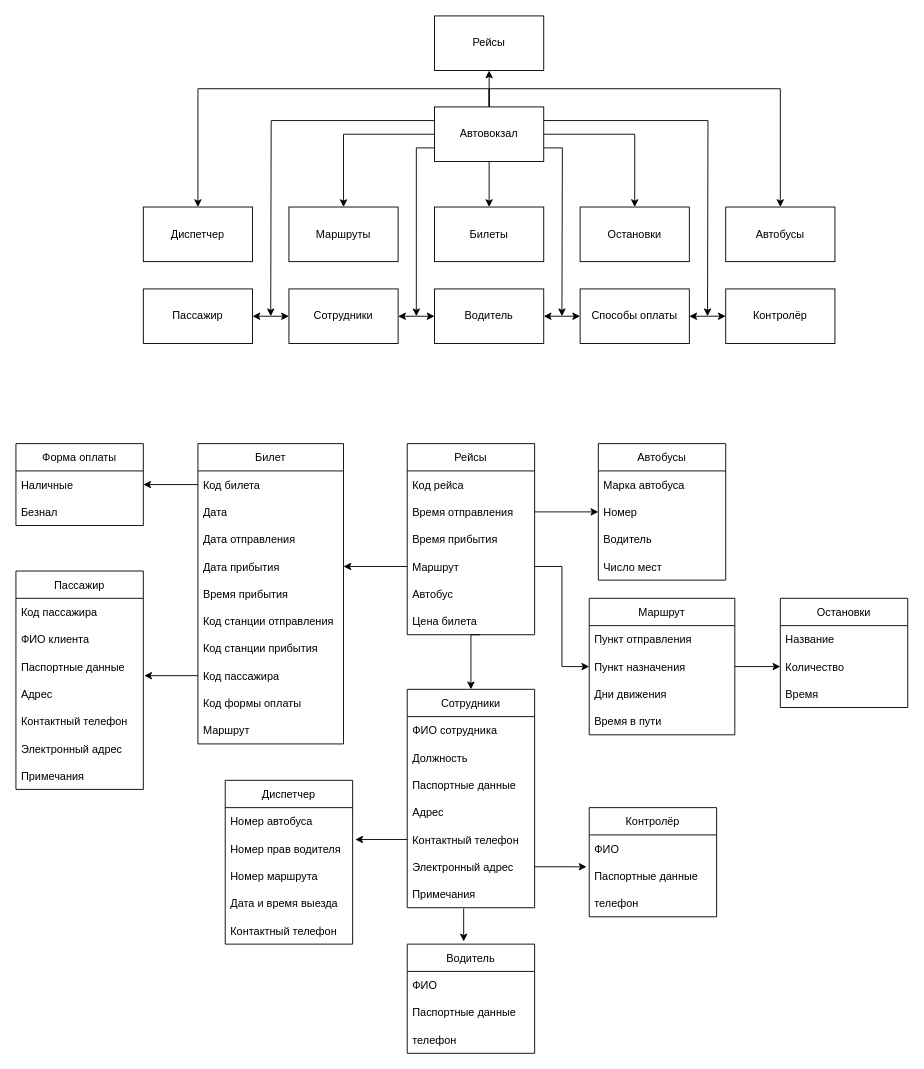
This is Диаграмма без названия.drawio from E1ghT0/Infinizai, a draw.io file, before an edit. Source tidied: cells renumbered, new cells numbered last; positions are measured from the earlier drawing's top-left corner, leaving out a move shared by most shapes. Both pictures are drawn from the tidied source at 91%, with x=0, y=0 at pixel (15, 15).
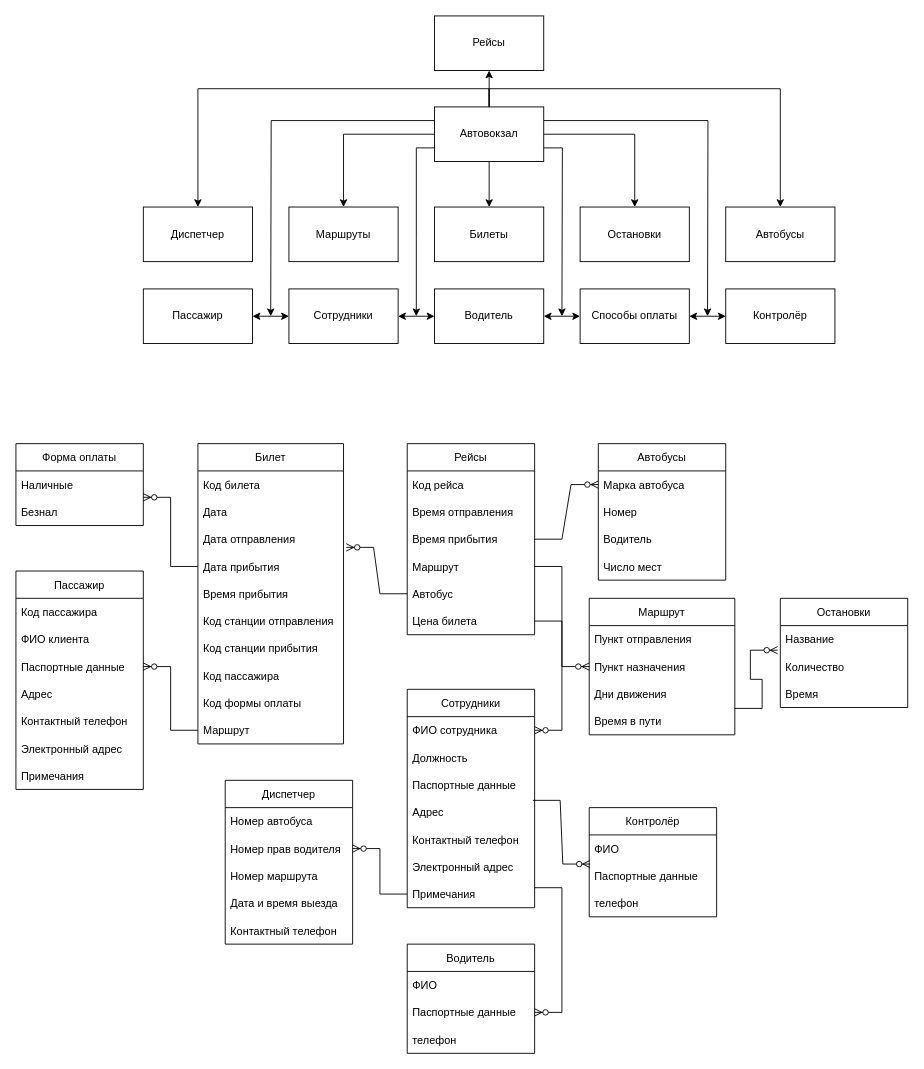
The same page after the edit.

Unchanged cells that the change refers to:
```xml
<mxCell id="27" value="Пункт назначения" style="text;strokeColor=none;fillColor=none;align=left;verticalAlign=middle;spacingLeft=4;spacingRight=4;overflow=hidden;points=[[0,0.5],[1,0.5]];portConstraint=eastwest;" parent="25" vertex="1">
<mxCell id="29" value="Время в пути" style="text;strokeColor=none;fillColor=none;align=left;verticalAlign=middle;spacingLeft=4;spacingRight=4;overflow=hidden;points=[[0,0.5],[1,0.5]];portConstraint=eastwest;" parent="25" vertex="1">
<mxCell id="32" value="Время отправления" style="text;strokeColor=none;fillColor=none;align=left;verticalAlign=middle;spacingLeft=4;spacingRight=4;overflow=hidden;points=[[0,0.5],[1,0.5]];portConstraint=eastwest;" parent="30" vertex="1">
<mxCell id="33" value="Время прибытия" style="text;strokeColor=none;fillColor=none;align=left;verticalAlign=middle;spacingLeft=4;spacingRight=4;overflow=hidden;points=[[0,0.5],[1,0.5]];portConstraint=eastwest;" parent="30" vertex="1">
<mxCell id="34" value="Маршрут" style="text;strokeColor=none;fillColor=none;align=left;verticalAlign=middle;spacingLeft=4;spacingRight=4;overflow=hidden;points=[[0,0.5],[1,0.5]];portConstraint=eastwest;" parent="30" vertex="1">
<mxCell id="35" value="Автобус" style="text;strokeColor=none;fillColor=none;align=left;verticalAlign=middle;spacingLeft=4;spacingRight=4;overflow=hidden;points=[[0,0.5],[1,0.5]];portConstraint=eastwest;" parent="30" vertex="1">
<mxCell id="36" value="Цена билета" style="text;strokeColor=none;fillColor=none;align=left;verticalAlign=middle;spacingLeft=4;spacingRight=4;overflow=hidden;points=[[0,0.5],[1,0.5]];portConstraint=eastwest;" parent="30" vertex="1">
<mxCell id="38" value="Марка автобуса" style="text;strokeColor=none;fillColor=none;align=left;verticalAlign=middle;spacingLeft=4;spacingRight=4;overflow=hidden;points=[[0,0.5],[1,0.5]];portConstraint=eastwest;" parent="37" vertex="1">
<mxCell id="39" value="Номер" style="text;strokeColor=none;fillColor=none;align=left;verticalAlign=middle;spacingLeft=4;spacingRight=4;overflow=hidden;points=[[0,0.5],[1,0.5]];portConstraint=eastwest;" parent="37" vertex="1">
<mxCell id="44" value="Количество" style="text;strokeColor=none;fillColor=none;align=left;verticalAlign=middle;spacingLeft=4;spacingRight=4;overflow=hidden;points=[[0,0.5],[1,0.5]];portConstraint=eastwest;" parent="42" vertex="1">
<mxCell id="47" value="Код билета" style="text;strokeColor=none;fillColor=none;align=left;verticalAlign=middle;spacingLeft=4;spacingRight=4;overflow=hidden;points=[[0,0.5],[1,0.5]];portConstraint=eastwest;" parent="46" vertex="1">
<mxCell id="49" value="Дата отправления" style="text;strokeColor=none;fillColor=none;align=left;verticalAlign=middle;spacingLeft=4;spacingRight=4;overflow=hidden;points=[[0,0.5],[1,0.5]];portConstraint=eastwest;" parent="46" vertex="1">
<mxCell id="50" value="Дата прибытия" style="text;strokeColor=none;fillColor=none;align=left;verticalAlign=middle;spacingLeft=4;spacingRight=4;overflow=hidden;points=[[0,0.5],[1,0.5]];portConstraint=eastwest;" parent="46" vertex="1">
<mxCell id="54" value="Код пассажира" style="text;strokeColor=none;fillColor=none;align=left;verticalAlign=middle;spacingLeft=4;spacingRight=4;overflow=hidden;points=[[0,0.5],[1,0.5]];portConstraint=eastwest;" parent="46" vertex="1">
<mxCell id="56" value="Маршрут" style="text;strokeColor=none;fillColor=none;align=left;verticalAlign=middle;spacingLeft=4;spacingRight=4;overflow=hidden;points=[[0,0.5],[1,0.5]];portConstraint=eastwest;" parent="46" vertex="1">
<mxCell id="60" value="Паспортные данные" style="text;strokeColor=none;fillColor=none;align=left;verticalAlign=middle;spacingLeft=4;spacingRight=4;overflow=hidden;points=[[0,0.5],[1,0.5]];portConstraint=eastwest;" parent="57" vertex="1">
<mxCell id="65" value="Сотрудники" style="swimlane;fontStyle=0;horizontal=1;startSize=30;" parent="1" vertex="1">
<mxCell id="66" value="ФИО сотрудника" style="text;strokeColor=none;fillColor=none;align=left;verticalAlign=middle;spacingLeft=4;spacingRight=4;overflow=hidden;points=[[0,0.5],[1,0.5]];portConstraint=eastwest;" parent="65" vertex="1">
<mxCell id="69" value="Адрес" style="text;strokeColor=none;fillColor=none;align=left;verticalAlign=middle;spacingLeft=4;spacingRight=4;overflow=hidden;points=[[0,0.5],[1,0.5]];portConstraint=eastwest;" parent="65" vertex="1">
<mxCell id="70" value="Контактный телефон" style="text;strokeColor=none;fillColor=none;align=left;verticalAlign=middle;spacingLeft=4;spacingRight=4;overflow=hidden;points=[[0,0.5],[1,0.5]];portConstraint=eastwest;" parent="65" vertex="1">
<mxCell id="71" value="Электронный адрес" style="text;strokeColor=none;fillColor=none;align=left;verticalAlign=middle;spacingLeft=4;spacingRight=4;overflow=hidden;points=[[0,0.5],[1,0.5]];portConstraint=eastwest;" parent="65" vertex="1">
<mxCell id="72" value="Примечания" style="text;strokeColor=none;fillColor=none;align=left;verticalAlign=middle;spacingLeft=4;spacingRight=4;overflow=hidden;points=[[0,0.5],[1,0.5]];portConstraint=eastwest;" parent="65" vertex="1">
<mxCell id="74" value="Наличные" style="text;strokeColor=none;fillColor=none;align=left;verticalAlign=middle;spacingLeft=4;spacingRight=4;overflow=hidden;points=[[0,0.5],[1,0.5]];portConstraint=eastwest;" parent="73" vertex="1">
<mxCell id="78" value="Номер прав водителя" style="text;strokeColor=none;fillColor=none;align=left;verticalAlign=middle;spacingLeft=4;spacingRight=4;overflow=hidden;points=[[0,0.5],[1,0.5]];portConstraint=eastwest;" parent="76" vertex="1">
<mxCell id="84" value="Паспортные данные" style="text;strokeColor=none;fillColor=none;align=left;verticalAlign=middle;spacingLeft=4;spacingRight=4;overflow=hidden;points=[[0,0.5],[1,0.5]];portConstraint=eastwest;" parent="82" vertex="1">
<mxCell id="98" value="Водитель" style="swimlane;fontStyle=0;horizontal=1;startSize=30;" parent="1" vertex="1">
<mxCell id="100" value="Паспортные данные" style="text;strokeColor=none;fillColor=none;align=left;verticalAlign=middle;spacingLeft=4;spacingRight=4;overflow=hidden;points=[[0,0.5],[1,0.5]];portConstraint=eastwest;" parent="98" vertex="1">
```

Change to the diagram source:
```diff
@@
-    <mxCell id="86" style="edgeStyle=orthogonalEdgeStyle;rounded=0;jettySize=auto;html=1;exitX=1;exitY=0.5;exitDx=0;exitDy=0;entryX=0;entryY=0.5;entryDx=0;entryDy=0;" parent="1" edge="1" source="34" target="27">
-      <mxGeometry relative="1" as="geometry" />
-    </mxCell>
-    <mxCell id="87" style="edgeStyle=orthogonalEdgeStyle;rounded=0;jettySize=auto;html=1;exitX=0;exitY=0.5;exitDx=0;exitDy=0;entryX=1;entryY=0.5;entryDx=0;entryDy=0;" parent="1" edge="1" source="34" target="50">
-      <mxGeometry relative="1" as="geometry" />
-    </mxCell>
-    <mxCell id="88" style="edgeStyle=orthogonalEdgeStyle;rounded=0;jettySize=auto;html=1;exitX=0;exitY=0.5;exitDx=0;exitDy=0;entryX=1;entryY=0.5;entryDx=0;entryDy=0;" parent="1" edge="1" source="47" target="74">
-      <mxGeometry relative="1" as="geometry" />
-    </mxCell>
-    <mxCell id="89" style="edgeStyle=orthogonalEdgeStyle;rounded=0;jettySize=auto;html=1;exitX=0;exitY=0.5;exitDx=0;exitDy=0;entryX=1.007;entryY=0.833;entryDx=0;entryDy=0;entryPerimeter=0;" parent="1" edge="1" source="54" target="60">
-      <mxGeometry relative="1" as="geometry" />
-    </mxCell>
-    <mxCell id="90" style="endArrow=classic;html=1;rounded=0;entryX=0.5;entryY=0;entryDx=0;entryDy=0;" parent="1" edge="1" target="65">
-      <mxGeometry relative="1" as="geometry">
-        <mxPoint x="510" y="680" as="sourcePoint" />
-        <Array as="points">
-          <mxPoint x="500" y="680" />
-          <mxPoint x="500" y="700" />
-        </Array>
-      </mxGeometry>
-    </mxCell>
-    <mxCell id="91" style="edgeStyle=orthogonalEdgeStyle;rounded=0;jettySize=auto;html=1;exitX=0;exitY=0.5;exitDx=0;exitDy=0;entryX=1.021;entryY=0.167;entryDx=0;entryDy=0;entryPerimeter=0;" parent="1" edge="1" source="70" target="78">
-      <mxGeometry relative="1" as="geometry" />
-    </mxCell>
-    <mxCell id="92" style="edgeStyle=orthogonalEdgeStyle;rounded=0;jettySize=auto;html=1;exitX=1;exitY=0.5;exitDx=0;exitDy=0;entryX=-0.021;entryY=0.167;entryDx=0;entryDy=0;entryPerimeter=0;" parent="1" edge="1" source="71" target="84">
-      <mxGeometry relative="1" as="geometry" />
-    </mxCell>
-    <mxCell id="93" style="edgeStyle=orthogonalEdgeStyle;rounded=0;jettySize=auto;html=1;exitX=1;exitY=0.5;exitDx=0;exitDy=0;entryX=0;entryY=0.5;entryDx=0;entryDy=0;" parent="1" edge="1" source="32" target="39">
-      <mxGeometry relative="1" as="geometry" />
-    </mxCell>
-    <mxCell id="94" style="edgeStyle=orthogonalEdgeStyle;rounded=0;jettySize=auto;html=1;exitX=1;exitY=0.5;exitDx=0;exitDy=0;entryX=0;entryY=0.5;entryDx=0;entryDy=0;" parent="1" edge="1" source="27" target="44">
-      <mxGeometry relative="1" as="geometry" />
-    </mxCell>
@@
-    <mxCell id="102" style="endArrow=classic;html=1;rounded=0;entryX=0.443;entryY=-0.025;entryDx=0;entryDy=0;entryPerimeter=0;exitX=0.443;exitY=1.033;exitDx=0;exitDy=0;exitPerimeter=0;" parent="1" edge="1" source="72" target="98">
-      <mxGeometry relative="1" as="geometry" />
-    </mxCell>
+    <mxCell id="103" style="edgeStyle=entityRelationEdgeStyle;fontSize=12;html=1;endArrow=ERzeroToMany;endFill=1;rounded=0;exitX=0;exitY=0.5;exitDx=0;exitDy=0;entryX=1.019;entryY=0.8;entryDx=0;entryDy=0;entryPerimeter=0;" parent="1" edge="1" source="35" target="49">
+      <mxGeometry relative="1" as="geometry" />
+    </mxCell>
+    <mxCell id="104" style="edgeStyle=entityRelationEdgeStyle;fontSize=12;html=1;endArrow=ERzeroToMany;endFill=1;rounded=0;exitX=0;exitY=0.5;exitDx=0;exitDy=0;entryX=1;entryY=0.5;entryDx=0;entryDy=0;" parent="1" edge="1" source="56" target="60">
+      <mxGeometry relative="1" as="geometry" />
+    </mxCell>
+    <mxCell id="105" style="edgeStyle=entityRelationEdgeStyle;fontSize=12;html=1;endArrow=ERzeroToMany;endFill=1;rounded=0;exitX=0;exitY=0.5;exitDx=0;exitDy=0;entryX=1;entryY=0.967;entryDx=0;entryDy=0;entryPerimeter=0;" parent="1" edge="1" source="50" target="74">
+      <mxGeometry relative="1" as="geometry" />
+    </mxCell>
+    <mxCell id="106" style="edgeStyle=entityRelationEdgeStyle;fontSize=12;html=1;endArrow=ERzeroToMany;endFill=1;rounded=0;exitX=0;exitY=0.5;exitDx=0;exitDy=0;entryX=1;entryY=0.5;entryDx=0;entryDy=0;" parent="1" edge="1" source="72" target="78">
+      <mxGeometry relative="1" as="geometry" />
+    </mxCell>
+    <mxCell id="107" style="edgeStyle=entityRelationEdgeStyle;fontSize=12;html=1;endArrow=ERzeroToMany;endFill=1;rounded=0;exitX=0.986;exitY=0.067;exitDx=0;exitDy=0;exitPerimeter=0;entryX=0.007;entryY=0.067;entryDx=0;entryDy=0;entryPerimeter=0;" parent="1" edge="1" source="69" target="84">
+      <mxGeometry relative="1" as="geometry" />
+    </mxCell>
+    <mxCell id="108" style="edgeStyle=entityRelationEdgeStyle;fontSize=12;html=1;endArrow=ERzeroToMany;endFill=1;rounded=0;entryX=0;entryY=0.5;entryDx=0;entryDy=0;exitX=1;exitY=0.5;exitDx=0;exitDy=0;" parent="1" edge="1" source="33" target="38">
+      <mxGeometry relative="1" as="geometry" />
+    </mxCell>
+    <mxCell id="109" style="edgeStyle=entityRelationEdgeStyle;fontSize=12;html=1;endArrow=ERzeroToMany;endFill=1;rounded=0;entryX=-0.021;entryY=-0.1;entryDx=0;entryDy=0;entryPerimeter=0;exitX=1;exitY=0.033;exitDx=0;exitDy=0;exitPerimeter=0;" parent="1" edge="1" source="29" target="44">
+      <mxGeometry relative="1" as="geometry" />
+    </mxCell>
+    <mxCell id="86" style="edgeStyle=entityRelationEdgeStyle;fontSize=12;html=1;endArrow=ERzeroToMany;endFill=1;rounded=0;exitX=1;exitY=0.5;exitDx=0;exitDy=0;entryX=0;entryY=0.5;entryDx=0;entryDy=0;" parent="1" edge="1" source="34" target="27">
+      <mxGeometry relative="1" as="geometry" />
+    </mxCell>
+    <mxCell id="110" style="edgeStyle=entityRelationEdgeStyle;fontSize=12;html=1;endArrow=ERzeroToMany;endFill=1;rounded=0;exitX=1;exitY=0.5;exitDx=0;exitDy=0;entryX=1;entryY=0.5;entryDx=0;entryDy=0;" parent="1" edge="1" source="36" target="66">
+      <mxGeometry relative="1" as="geometry" />
+    </mxCell>
+    <mxCell id="111" style="edgeStyle=entityRelationEdgeStyle;fontSize=12;html=1;endArrow=ERzeroToMany;endFill=1;rounded=0;exitX=1;exitY=0.267;exitDx=0;exitDy=0;exitPerimeter=0;entryX=1;entryY=0.5;entryDx=0;entryDy=0;" parent="1" edge="1" source="72" target="100">
+      <mxGeometry relative="1" as="geometry" />
+    </mxCell>
```
